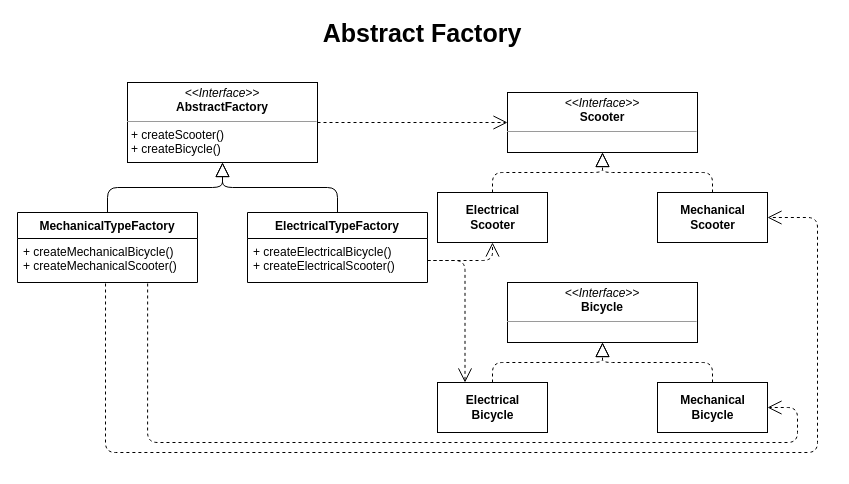
The draw.io diagram page "Abstract Factory" (1 of 5) of patterns/creational.drawio in antariuz/uml, before the edit. Source tidied: cells renumbered, new cells numbered last; positions are measured from the earlier drawing's top-left corner, leaving out a move shared by most shapes. Both pictures are drawn from the tidied source at 100%, with x=0, y=0 at pixel (17, 22).
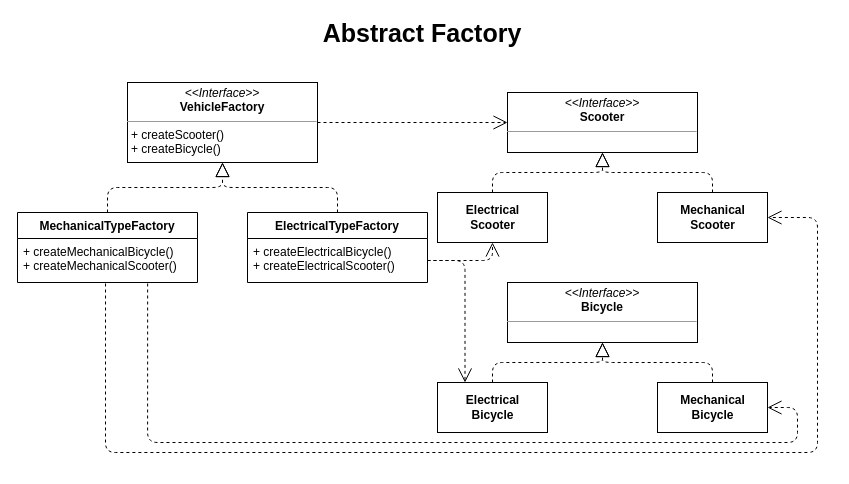
After the change.

Unchanged cells that the change refers to:
```xml
<mxCell id="7" value="MechanicalTypeFactory" style="swimlane;fontStyle=1;align=center;verticalAlign=top;horizontal=1;startSize=26;" parent="1" vertex="1">
  <mxGeometry y="190" width="180" height="70" as="geometry" />
</mxCell>
<mxCell id="9" value="ElectricalTypeFactory" style="swimlane;fontStyle=1;align=center;verticalAlign=top;horizontal=1;startSize=26;" parent="1" vertex="1">
  <mxGeometry x="230" y="190" width="180" height="70" as="geometry" />
</mxCell>
```

The edit, as a diff of the source:
```diff
@@
-    <mxCell id="11" style="endArrow=block;dashed=0;endFill=0;endSize=12;html=1;entryX=0.5;entryY=1;entryDx=0;entryDy=0;exitX=0.5;exitY=0;exitDx=0;exitDy=0;edgeStyle=orthogonalEdgeStyle;" parent="1" edge="1" source="7" target="20">
+    <mxCell id="11" style="endArrow=block;dashed=1;endFill=0;endSize=12;html=1;entryX=0.5;entryY=1;entryDx=0;entryDy=0;exitX=0.5;exitY=0;exitDx=0;exitDy=0;edgeStyle=orthogonalEdgeStyle;" parent="1" edge="1" source="7" target="20">
       <mxGeometry relative="1" as="geometry" />
     </mxCell>
-    <mxCell id="12" style="endArrow=block;dashed=0;endFill=0;endSize=12;html=1;entryX=0.5;entryY=1;entryDx=0;entryDy=0;exitX=0.5;exitY=0;exitDx=0;exitDy=0;edgeStyle=orthogonalEdgeStyle;" parent="1" edge="1" source="9" target="20">
+    <mxCell id="12" style="endArrow=block;dashed=1;endFill=0;endSize=12;html=1;entryX=0.5;entryY=1;entryDx=0;entryDy=0;exitX=0.5;exitY=0;exitDx=0;exitDy=0;edgeStyle=orthogonalEdgeStyle;" parent="1" edge="1" source="9" target="20">
       <mxGeometry relative="1" as="geometry" />
     </mxCell>
@@
-    <mxCell id="20" value="&lt;p style=&quot;margin: 0px ; margin-top: 4px ; text-align: center&quot;&gt;&lt;i&gt;&amp;lt;&amp;lt;Interface&amp;gt;&amp;gt;&lt;/i&gt;&lt;br&gt;&lt;span style=&quot;text-align: left&quot;&gt;&lt;b&gt;AbstractFactory&lt;/b&gt;&lt;/span&gt;&lt;br&gt;&lt;/p&gt;&lt;hr size=&quot;1&quot;&gt;&lt;p style=&quot;margin: 0px ; margin-left: 4px&quot;&gt;+ createScooter()&lt;br&gt;&lt;/p&gt;&lt;p style=&quot;margin: 0px ; margin-left: 4px&quot;&gt;+ createBicycle()&lt;br&gt;&lt;/p&gt;" style="verticalAlign=top;align=left;overflow=fill;fontSize=12;fontFamily=Helvetica;html=1;" parent="1" vertex="1">
+    <mxCell id="20" value="&lt;p style=&quot;margin: 0px ; margin-top: 4px ; text-align: center&quot;&gt;&lt;i&gt;&amp;lt;&amp;lt;Interface&amp;gt;&amp;gt;&lt;/i&gt;&lt;br&gt;&lt;span style=&quot;text-align: left&quot;&gt;&lt;b&gt;VehicleFactory&lt;/b&gt;&lt;/span&gt;&lt;/p&gt;&lt;hr size=&quot;1&quot;&gt;&lt;p style=&quot;margin: 0px ; margin-left: 4px&quot;&gt;+ createScooter()&lt;br&gt;&lt;/p&gt;&lt;p style=&quot;margin: 0px ; margin-left: 4px&quot;&gt;+ createBicycle()&lt;br&gt;&lt;/p&gt;" style="verticalAlign=top;align=left;overflow=fill;fontSize=12;fontFamily=Helvetica;html=1;" parent="1" vertex="1">
       <mxGeometry x="110" y="60" width="190" height="80" as="geometry" />
     </mxCell>
```
